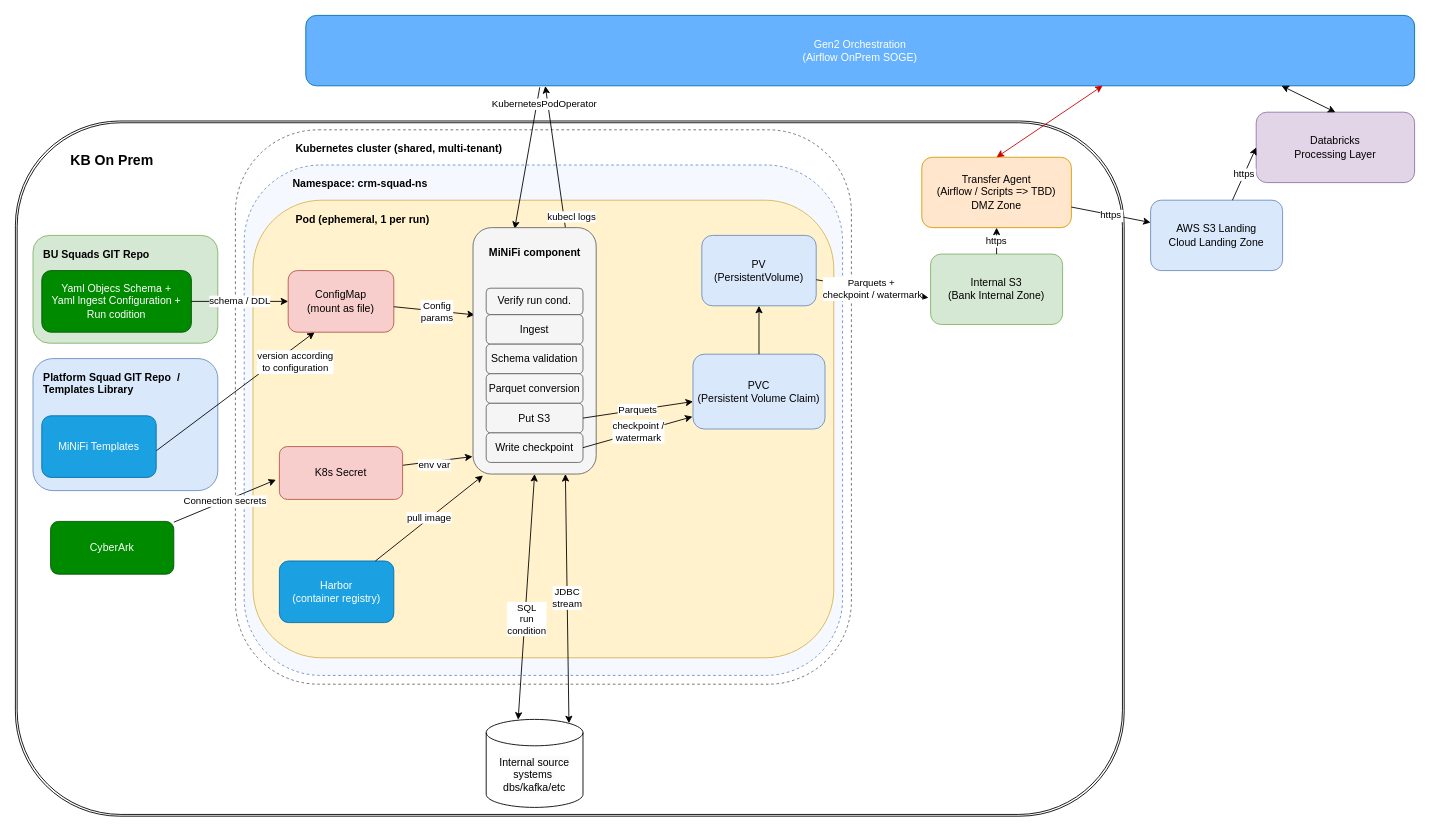
Earlier version of the draw.io diagram 1_aifflow_k8s_MiNiFi.drawio (captjerzi-pixel/kb_jer). Source tidied: cells renumbered, new cells numbered last; positions are measured from the earlier drawing's top-left corner, leaving out a move shared by most shapes. Both pictures are drawn from the tidied source at 88%, with x=0, y=0 at pixel (15, 15).
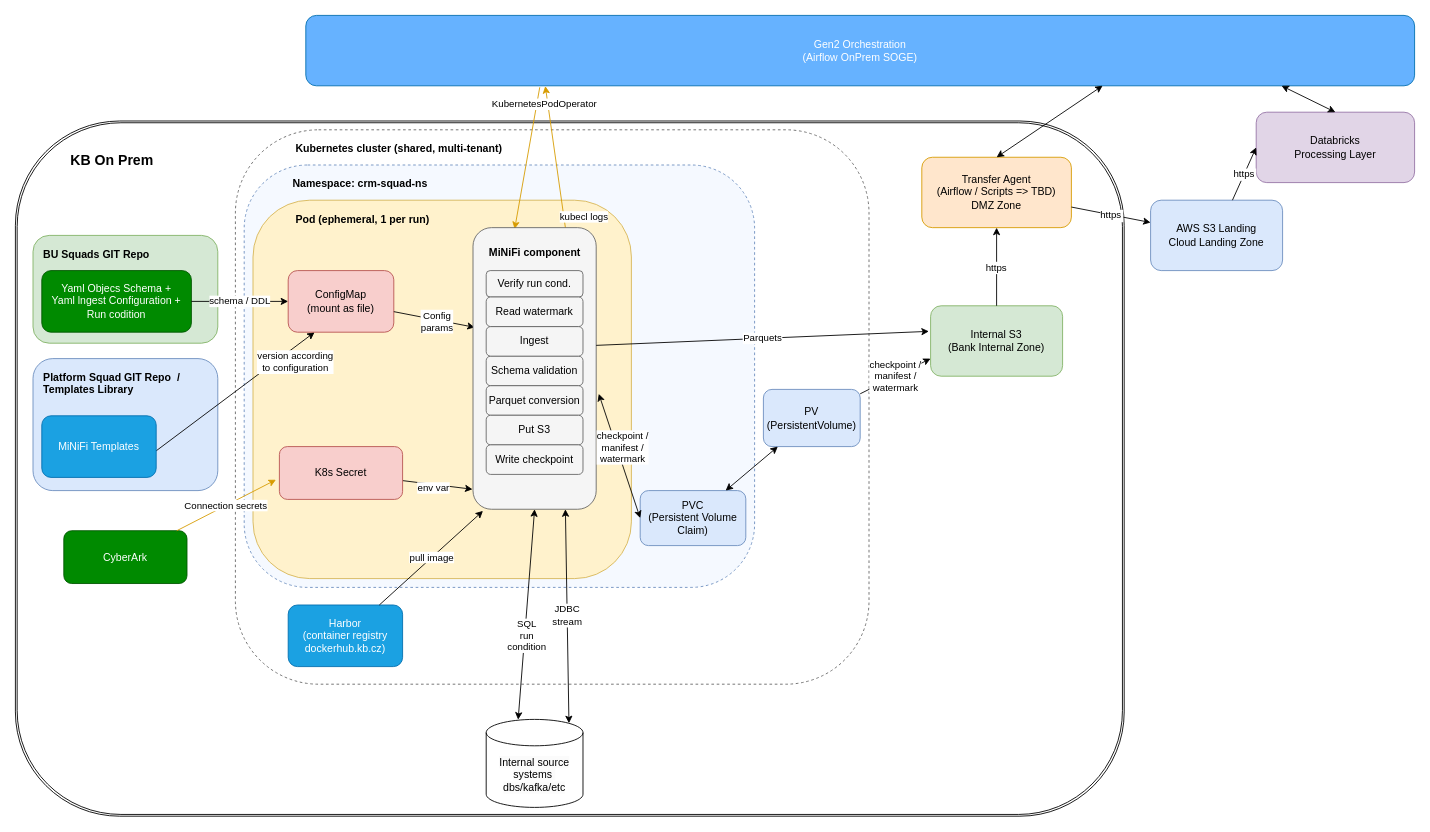
The same page after the edit.

Unchanged cells that the change refers to:
```xml
<mxCell id="11" value="Transfer Agent&lt;br&gt;(Airflow / Scripts =&amp;gt; TBD)&lt;br&gt;DMZ Zone" style="rounded=1;whiteSpace=wrap;html=1;fillColor=#ffe6cc;strokeColor=#d79b00;" parent="1" vertex="1">
  <mxGeometry x="1030" y="161.2" width="170" height="80" as="geometry" />
</mxCell>
<mxCell id="17" value="Gen2 Orchestration&lt;br&gt;(Airflow OnPrem SOGE)" style="rounded=1;whiteSpace=wrap;html=1;fillColor=#66B2FF;strokeColor=#006EAF;fontColor=#ffffff;" parent="1" vertex="1">
  <mxGeometry x="330" width="1260" height="80" as="geometry" />
</mxCell>
<mxCell id="34" value="K8s Secret" style="rounded=1;whiteSpace=wrap;html=1;fillColor=#f8cecc;strokeColor=#b85450;" parent="1" vertex="1">
  <mxGeometry x="300" y="490" width="140" height="60" as="geometry" />
</mxCell>
```

Diff of the diagram source:
```diff
@@
     <mxCell id="4" value="&amp;nbsp; &amp;nbsp; &amp;nbsp; &amp;nbsp; &amp;nbsp; &amp;nbsp; &amp;nbsp; &amp;nbsp; &amp;nbsp;Kubernetes cluster (shared, multi-tenant)" style="rounded=1;whiteSpace=wrap;html=1;verticalAlign=top;align=left;spacingLeft=10;spacingTop=8;fontStyle=1;dashed=1;fillColor=none;strokeColor=#666666;" parent="1" vertex="1">
-      <mxGeometry x="250" y="130" width="700" height="630" as="geometry" />
+      <mxGeometry x="250" y="130" width="720" height="630" as="geometry" />
     </mxCell>
     <mxCell id="5" value="&amp;nbsp; &amp;nbsp; &amp;nbsp; &amp;nbsp; &amp;nbsp; &amp;nbsp; &amp;nbsp;Namespace: crm-squad-ns" style="rounded=1;whiteSpace=wrap;html=1;verticalAlign=top;align=left;spacingLeft=10;spacingTop=8;fontStyle=1;dashed=1;fillColor=#F5F9FF;strokeColor=#6C8EBF;" parent="1" vertex="1">
-      <mxGeometry x="260" y="170" width="680" height="580" as="geometry" />
+      <mxGeometry x="260" y="170" width="580" height="480" as="geometry" />
     </mxCell>
     <mxCell id="6" value="&amp;nbsp; &amp;nbsp; &amp;nbsp; &amp;nbsp; &amp;nbsp; &amp;nbsp;Pod (ephemeral, 1 per run)" style="rounded=1;whiteSpace=wrap;html=1;verticalAlign=top;align=left;spacingLeft=10;spacingTop=8;fontStyle=1;fillColor=#FFF2CC;strokeColor=#D6B656;" parent="1" vertex="1">
-      <mxGeometry x="270" y="210" width="660" height="520" as="geometry" />
+      <mxGeometry x="270" y="210" width="430" height="430" as="geometry" />
     </mxCell>
-    <mxCell id="7" style="endArrow=none;html=1;entryX=0.75;entryY=0;entryDx=0;entryDy=0;startArrow=classic;startFill=1;endFill=0;exitX=0.216;exitY=1.004;exitDx=0;exitDy=0;exitPerimeter=0;" parent="1" edge="1" source="17" target="47">
+    <mxCell id="7" style="endArrow=none;html=1;entryX=0.75;entryY=0;entryDx=0;entryDy=0;startArrow=classic;startFill=1;endFill=0;exitX=0.216;exitY=1.004;exitDx=0;exitDy=0;exitPerimeter=0;fillColor=#ffe6cc;strokeColor=#d79b00;" parent="1" edge="1" source="17" target="47">
       <mxGeometry relative="1" as="geometry" />
     </mxCell>
     <mxCell id="8" value="kubecl logs" style="edgeLabel;html=1;align=center;verticalAlign=middle;" parent="7" vertex="1">
       <mxGeometry x="-0.13" y="4" relative="1" as="geometry">
-        <mxPoint x="15" y="78" as="offset" />
+        <mxPoint x="29" y="78" as="offset" />
       </mxGeometry>
     </mxCell>
@@
     <mxCell id="10" value="Internal S3&#10;(Bank Internal Zone)" style="rounded=1;whiteSpace=wrap;html=1;fillColor=#d5e8d4;strokeColor=#82b366;" parent="1" vertex="1">
-      <mxGeometry x="1040" y="271.2" width="150" height="80" as="geometry" />
+      <mxGeometry x="1040" y="330" width="150" height="80" as="geometry" />
     </mxCell>
@@
-    <mxCell id="22" style="endArrow=classic;html=1;entryX=0.338;entryY=0.005;entryDx=0;entryDy=0;exitX=0.211;exitY=1.021;exitDx=0;exitDy=0;exitPerimeter=0;startArrow=none;startFill=0;entryPerimeter=0;" parent="1" edge="1" source="17" target="47">
+    <mxCell id="22" style="endArrow=classic;html=1;entryX=0.338;entryY=0.005;entryDx=0;entryDy=0;exitX=0.211;exitY=1.021;exitDx=0;exitDy=0;exitPerimeter=0;startArrow=none;startFill=0;entryPerimeter=0;fillColor=#ffe6cc;strokeColor=#d79b00;" parent="1" edge="1" source="17" target="47">
       <mxGeometry relative="1" as="geometry" />
     </mxCell>
@@
-    <mxCell id="24" style="endArrow=classic;html=1;entryX=0.5;entryY=0;entryDx=0;entryDy=0;exitX=0.673;exitY=0.999;exitDx=0;exitDy=0;startArrow=classic;startFill=1;exitPerimeter=0;strokeColor=#CC0000;" parent="1" edge="1" target="11">
+    <mxCell id="24" style="endArrow=classic;html=1;entryX=0.5;entryY=0;entryDx=0;entryDy=0;exitX=0.673;exitY=0.999;exitDx=0;exitDy=0;startArrow=classic;startFill=1;exitPerimeter=0;strokeColor=#000000;" parent="1" edge="1" target="11">
       <mxGeometry relative="1" as="geometry">
         <mxPoint x="1235.5" y="79.9" as="sourcePoint" />
       </mxGeometry>
     </mxCell>
@@
-    <mxCell id="27" value="Harbor&lt;br&gt;(container registry)" style="rounded=1;whiteSpace=wrap;html=1;fillColor=#1ba1e2;strokeColor=#006EAF;fontColor=#ffffff;" parent="1" vertex="1">
-      <mxGeometry x="300" y="620" width="130" height="70" as="geometry" />
+    <mxCell id="27" value="Harbor&lt;br&gt;(container registry&lt;br&gt;dockerhub.kb.cz)" style="rounded=1;whiteSpace=wrap;html=1;fillColor=#1ba1e2;strokeColor=#006EAF;fontColor=#ffffff;" parent="1" vertex="1">
+      <mxGeometry x="310" y="670" width="130" height="70" as="geometry" />
     </mxCell>
@@
     <mxCell id="31" value="CyberArk" style="rounded=1;whiteSpace=wrap;html=1;fillColor=#008a00;strokeColor=#005700;fontColor=#ffffff;" parent="1" vertex="1">
-      <mxGeometry x="40" y="575" width="140" height="60" as="geometry" />
+      <mxGeometry x="55" y="585.6" width="140" height="60" as="geometry" />
     </mxCell>
@@
-    <mxCell id="35" value="Connection secrets" style="endArrow=classic;html=1;entryX=-0.028;entryY=0.628;entryDx=0;entryDy=0;entryPerimeter=0;" parent="1" edge="1" source="31" target="34">
+    <mxCell id="35" value="Connection secrets" style="endArrow=classic;html=1;entryX=-0.028;entryY=0.628;entryDx=0;entryDy=0;entryPerimeter=0;fillColor=#ffe6cc;strokeColor=#d79b00;" parent="1" edge="1" source="31" target="34">
       <mxGeometry relative="1" as="geometry" />
     </mxCell>
@@
     <mxCell id="37" value="PVC&lt;br&gt;(Persistent Volume Claim)" style="rounded=1;whiteSpace=wrap;html=1;fillColor=#dae8fc;strokeColor=#6c8ebf;" parent="1" vertex="1">
-      <mxGeometry x="770" y="385" width="150" height="85" as="geometry" />
+      <mxGeometry x="710" y="540" width="120" height="62.5" as="geometry" />
     </mxCell>
     <mxCell id="38" value="PV&lt;br&gt;(PersistentVolume)" style="rounded=1;whiteSpace=wrap;html=1;fillColor=#dae8fc;strokeColor=#6c8ebf;" parent="1" vertex="1">
-      <mxGeometry x="780" y="250" width="130" height="80" as="geometry" />
+      <mxGeometry x="850" y="425" width="110" height="65" as="geometry" />
     </mxCell>
-    <mxCell id="39" style="endArrow=classic;html=1;" parent="1" edge="1" source="37" target="38">
+    <mxCell id="39" style="endArrow=classic;html=1;startArrow=classic;startFill=1;" parent="1" edge="1" source="37" target="38">
       <mxGeometry relative="1" as="geometry" />
     </mxCell>
-    <mxCell id="40" value="&lt;span style=&quot;color: rgb(0, 0, 0);&quot;&gt;Parquets +&amp;nbsp;&lt;/span&gt;&lt;br style=&quot;color: rgb(63, 63, 63); scrollbar-color: rgb(226, 226, 226) rgb(251, 251, 251);&quot;&gt;&lt;span style=&quot;color: rgb(0, 0, 0);&quot;&gt;checkpoint / watermark&lt;/span&gt;" style="endArrow=classic;html=1;entryX=-0.016;entryY=0.62;entryDx=0;entryDy=0;entryPerimeter=0;" parent="1" edge="1" source="38" target="10">
+    <mxCell id="40" value="&lt;span style=&quot;color: rgb(0, 0, 0);&quot;&gt;checkpoint / &lt;br&gt;manifest /&lt;br&gt;watermark&lt;/span&gt;" style="endArrow=classic;html=1;entryX=0;entryY=0.75;entryDx=0;entryDy=0;" parent="1" edge="1" source="38" target="10">
       <mxGeometry relative="1" as="geometry" />
     </mxCell>
@@
     <mxCell id="46" style="group;" parent="1" vertex="1">
-      <mxGeometry x="520" y="241.2" width="140" height="280" as="geometry" />
+      <mxGeometry x="520" y="241.2" width="140" height="320" as="geometry" />
     </mxCell>
     <mxCell id="47" style="rounded=1;whiteSpace=wrap;html=1;fillColor=#f5f5f5;strokeColor=#666666;fontColor=#333333;" parent="46" vertex="1">
-      <mxGeometry width="140" height="280" as="geometry" />
+      <mxGeometry width="140" height="320" as="geometry" />
     </mxCell>
-    <mxCell id="48" value="&lt;span style=&quot;color: rgb(0, 0, 0);&quot;&gt;Ingest&lt;/span&gt;" style="rounded=1;whiteSpace=wrap;html=1;fillColor=#f5f5f5;strokeColor=#666666;" parent="46" vertex="1">
-      <mxGeometry x="15" y="98.8" width="110" height="33.6" as="geometry" />
-    </mxCell>
     <mxCell id="49" value="Schema validation" style="rounded=1;whiteSpace=wrap;html=1;fillColor=#f5f5f5;strokeColor=#666666;" parent="46" vertex="1">
-      <mxGeometry x="15" y="132.4" width="110" height="33.6" as="geometry" />
+      <mxGeometry x="15" y="146" width="110" height="33.6" as="geometry" />
     </mxCell>
     <mxCell id="50" value="Parquet conversion" style="rounded=1;whiteSpace=wrap;html=1;fillColor=#f5f5f5;strokeColor=#666666;" parent="46" vertex="1">
-      <mxGeometry x="15" y="166" width="110" height="33.6" as="geometry" />
+      <mxGeometry x="15" y="179.6" width="110" height="33.6" as="geometry" />
     </mxCell>
     <mxCell id="51" value="Put S3" style="rounded=1;whiteSpace=wrap;html=1;fillColor=#f5f5f5;strokeColor=#666666;" parent="46" vertex="1">
-      <mxGeometry x="15" y="199.6" width="110" height="33.6" as="geometry" />
+      <mxGeometry x="15" y="213.2" width="110" height="33.6" as="geometry" />
     </mxCell>
     <mxCell id="52" value="Write checkpoint" style="rounded=1;whiteSpace=wrap;html=1;fillColor=#f5f5f5;strokeColor=#666666;" parent="46" vertex="1">
-      <mxGeometry x="15" y="233.2" width="110" height="33.6" as="geometry" />
+      <mxGeometry x="15" y="246.8" width="110" height="33.6" as="geometry" />
     </mxCell>
@@
     <mxCell id="56" value="&lt;span style=&quot;color: rgb(0, 0, 0);&quot;&gt;Verify run cond.&lt;/span&gt;" style="rounded=1;whiteSpace=wrap;html=1;fillColor=#f5f5f5;strokeColor=#666666;" parent="46" vertex="1">
-      <mxGeometry x="15" y="68.8" width="110" height="30" as="geometry" />
+      <mxGeometry x="15" y="48.8" width="110" height="30" as="geometry" />
     </mxCell>
+    <mxCell id="48" value="&lt;span style=&quot;color: rgb(0, 0, 0);&quot;&gt;Ingest&lt;/span&gt;" style="rounded=1;whiteSpace=wrap;html=1;fillColor=#f5f5f5;strokeColor=#666666;" parent="46" vertex="1">
+      <mxGeometry x="15" y="112.4" width="110" height="33.6" as="geometry" />
+    </mxCell>
+    <mxCell id="59" value="&lt;span style=&quot;color: rgb(0, 0, 0);&quot;&gt;Read watermark&lt;/span&gt;" style="rounded=1;whiteSpace=wrap;html=1;fillColor=#f5f5f5;strokeColor=#666666;" parent="46" vertex="1">
+      <mxGeometry x="15" y="78.8" width="110" height="33.6" as="geometry" />
+    </mxCell>
-    <mxCell id="57" value="Parquets" style="rounded=0;html=1;endArrow=classic;exitX=1;exitY=0.5;exitDx=0;exitDy=0;" parent="1" edge="1" source="51" target="37">
+    <mxCell id="57" value="Parquets" style="rounded=0;html=1;endArrow=classic;entryX=-0.013;entryY=0.363;entryDx=0;entryDy=0;entryPerimeter=0;exitX=1;exitY=0.418;exitDx=0;exitDy=0;exitPerimeter=0;" parent="1" edge="1" source="46" target="10">
       <mxGeometry relative="1" as="geometry" />
     </mxCell>
-    <mxCell id="58" value="checkpoint / &lt;br&gt;watermark" style="rounded=0;html=1;endArrow=classic;exitX=1;exitY=0.5;exitDx=0;exitDy=0;entryX=-0.004;entryY=0.835;entryDx=0;entryDy=0;entryPerimeter=0;" parent="1" edge="1" source="52" target="37">
-      <mxGeometry relative="1" as="geometry" />
+    <mxCell id="58" value="checkpoint / &lt;br&gt;manifest /&lt;br&gt;watermark" style="rounded=0;html=1;endArrow=classic;entryX=0;entryY=0.5;entryDx=0;entryDy=0;startArrow=classic;startFill=1;exitX=1.021;exitY=0.59;exitDx=0;exitDy=0;exitPerimeter=0;" parent="1" edge="1" source="47" target="37">
+      <mxGeometry x="-0.12" y="7" relative="1" as="geometry">
+        <mxPoint y="1" as="offset" />
+      </mxGeometry>
     </mxCell>
```
